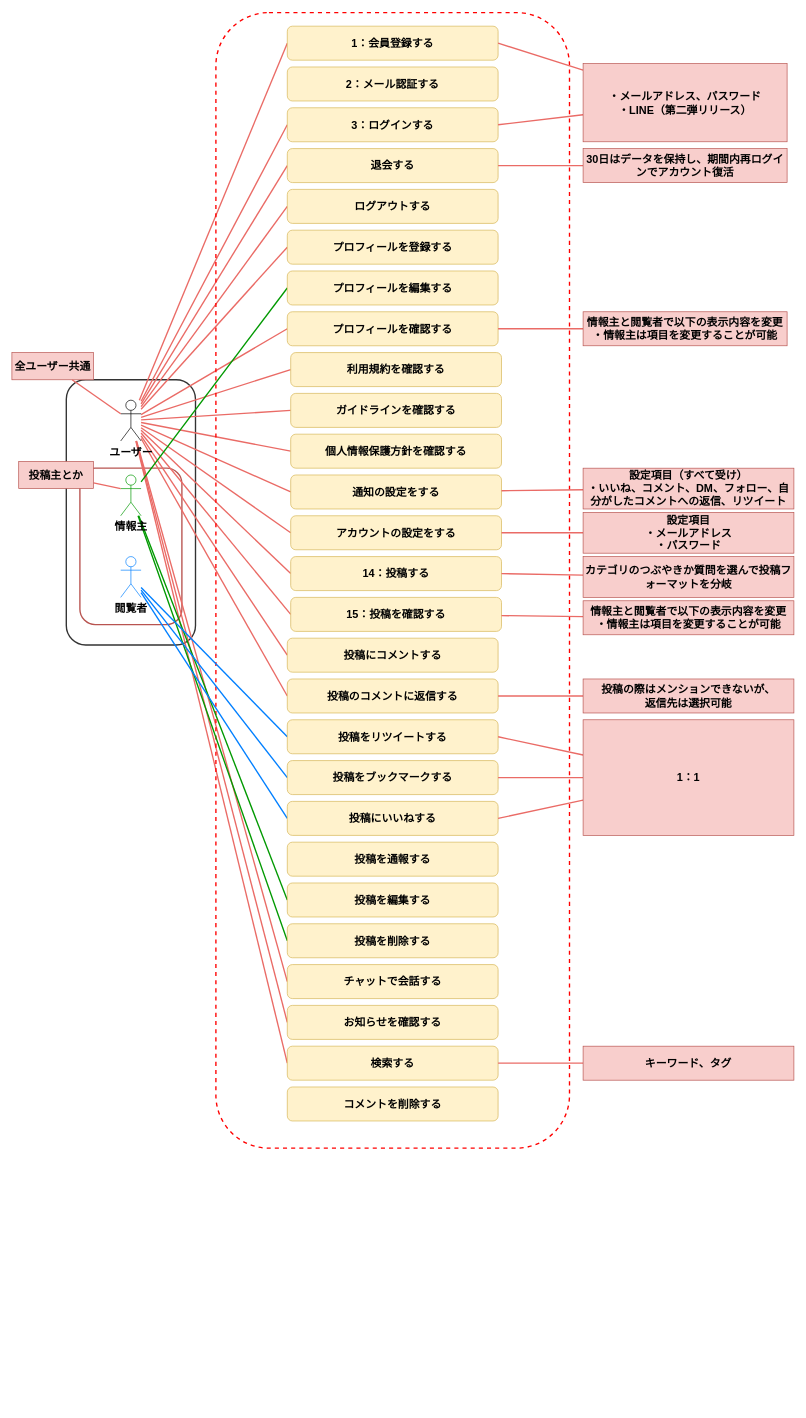
Earlier version of the draw.io diagram page "ユースケース図" (1 of 2) of modeling.drawio (haseryo0403/VenTal). Source tidied: cells renumbered, new cells numbered last; positions are measured from the earlier drawing's top-left corner, leaving out a move shared by most shapes. Both pictures are drawn from the tidied source at 68%, with x=0, y=0 at pixel (12, 12).
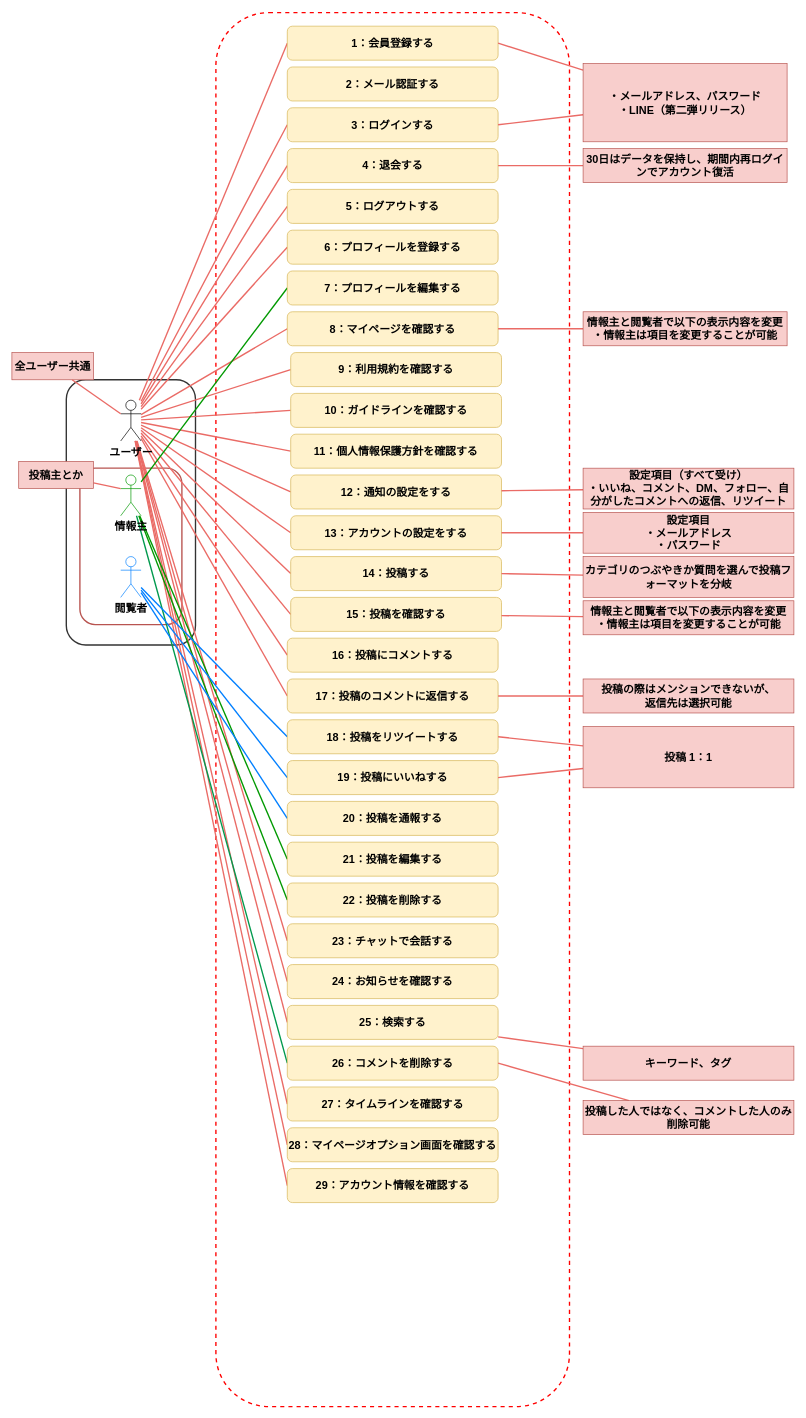
Above is the later version.

The change refers to these unchanged cells:
```xml
<mxCell id="22" value="ユーザー" style="shape=umlActor;verticalLabelPosition=bottom;verticalAlign=top;html=1;outlineConnect=0;fontSize=16;fontStyle=1;" parent="1" vertex="1">
  <mxGeometry x="160" y="570" width="30" height="60" as="geometry" />
</mxCell>
<mxCell id="29" value="情報主" style="shape=umlActor;verticalLabelPosition=bottom;verticalAlign=top;html=1;outlineConnect=0;fontSize=16;fontStyle=1;strokeColor=#009900;" parent="1" vertex="1">
  <mxGeometry x="160" y="680" width="30" height="60" as="geometry" />
</mxCell>
<mxCell id="33" value="閲覧者" style="shape=umlActor;verticalLabelPosition=bottom;verticalAlign=top;html=1;outlineConnect=0;fontSize=16;fontStyle=1;strokeColor=#007FFF;" parent="1" vertex="1">
  <mxGeometry x="160" y="800" width="30" height="60" as="geometry" />
</mxCell>
```

Diff of the diagram source:
```diff
@@
+    <mxCell id="23" style="rounded=1;whiteSpace=wrap;html=1;strokeColor=#FF0000;align=center;verticalAlign=top;fontFamily=Helvetica;fontSize=16;fontColor=default;fontStyle=1;fillColor=none;strokeWidth=2;dashed=1;" parent="1" vertex="1">
+      <mxGeometry x="300" width="520" height="2050" as="geometry" />
+    </mxCell>
@@
+    <mxCell id="87" style="edgeStyle=none;shape=connector;rounded=0;jettySize=auto;html=1;entryX=0;entryY=0.5;entryDx=0;entryDy=0;strokeColor=#EA6B66;strokeWidth=2;align=center;verticalAlign=middle;fontFamily=Helvetica;fontSize=16;fontColor=default;fontStyle=1;labelBackgroundColor=default;endArrow=none;endFill=0;" parent="1" edge="1" source="22" target="94">
+      <mxGeometry relative="1" as="geometry" />
+    </mxCell>
+    <mxCell id="88" style="edgeStyle=none;shape=connector;rounded=0;jettySize=auto;html=1;entryX=0;entryY=0.5;entryDx=0;entryDy=0;strokeColor=#EA6B66;strokeWidth=2;align=center;verticalAlign=middle;fontFamily=Helvetica;fontSize=16;fontColor=default;fontStyle=1;labelBackgroundColor=default;endArrow=none;endFill=0;" parent="1" edge="1" source="22" target="95">
+      <mxGeometry relative="1" as="geometry" />
+    </mxCell>
+    <mxCell id="89" style="edgeStyle=none;shape=connector;rounded=0;jettySize=auto;html=1;entryX=0;entryY=0.5;entryDx=0;entryDy=0;strokeColor=#EA6B66;strokeWidth=2;align=center;verticalAlign=middle;fontFamily=Helvetica;fontSize=16;fontColor=default;fontStyle=1;labelBackgroundColor=default;endArrow=none;endFill=0;" parent="1" edge="1" source="22" target="96">
+      <mxGeometry relative="1" as="geometry" />
+    </mxCell>
@@
-    <mxCell id="23" style="rounded=1;whiteSpace=wrap;html=1;strokeColor=#FF0000;align=center;verticalAlign=top;fontFamily=Helvetica;fontSize=16;fontColor=default;fontStyle=1;fillColor=none;strokeWidth=2;dashed=1;" parent="1" vertex="1">
-      <mxGeometry x="300" width="520" height="1670" as="geometry" />
-    </mxCell>
@@
+    <mxCell id="90" style="rounded=0;jettySize=auto;html=1;entryX=0;entryY=0.5;entryDx=0;entryDy=0;strokeWidth=2;strokeColor=#00994D;endArrow=none;endFill=0;" parent="1" edge="1" source="29" target="86">
+      <mxGeometry relative="1" as="geometry" />
+    </mxCell>
@@
-    <mxCell id="31" style="edgeStyle=none;shape=connector;rounded=0;jettySize=auto;html=1;entryX=0;entryY=0.5;entryDx=0;entryDy=0;strokeColor=#007FFF;strokeWidth=2;align=center;verticalAlign=middle;fontFamily=Helvetica;fontSize=16;fontColor=default;fontStyle=1;labelBackgroundColor=default;endArrow=none;endFill=0;" parent="1" edge="1" source="33" target="56">
-      <mxGeometry relative="1" as="geometry" />
-    </mxCell>
@@
+    <mxCell id="91" style="edgeStyle=none;shape=connector;rounded=0;jettySize=auto;html=1;entryX=0;entryY=0.5;entryDx=0;entryDy=0;strokeColor=#017fff;strokeWidth=2;align=center;verticalAlign=middle;fontFamily=Helvetica;fontSize=16;fontColor=default;fontStyle=1;labelBackgroundColor=default;endArrow=none;endFill=0;" parent="1" edge="1" source="33" target="84">
+      <mxGeometry relative="1" as="geometry" />
+    </mxCell>
@@
-    <mxCell id="38" value="退会する" style="rounded=1;whiteSpace=wrap;html=1;strokeColor=#d6b656;align=center;verticalAlign=middle;fontFamily=Helvetica;fontSize=16;fontStyle=1;fillColor=#fff2cc;" parent="1" vertex="1">
+    <mxCell id="38" value="4：退会する" style="rounded=1;whiteSpace=wrap;html=1;strokeColor=#d6b656;align=center;verticalAlign=middle;fontFamily=Helvetica;fontSize=16;fontStyle=1;fillColor=#fff2cc;" parent="1" vertex="1">
       <mxGeometry x="405" y="200" width="310" height="50" as="geometry" />
     </mxCell>
-    <mxCell id="39" value="ログアウトする" style="rounded=1;whiteSpace=wrap;html=1;strokeColor=#d6b656;align=center;verticalAlign=middle;fontFamily=Helvetica;fontSize=16;fontStyle=1;fillColor=#fff2cc;" parent="1" vertex="1">
+    <mxCell id="39" value="5：ログアウトする" style="rounded=1;whiteSpace=wrap;html=1;strokeColor=#d6b656;align=center;verticalAlign=middle;fontFamily=Helvetica;fontSize=16;fontStyle=1;fillColor=#fff2cc;" parent="1" vertex="1">
       <mxGeometry x="405" y="260" width="310" height="50" as="geometry" />
     </mxCell>
-    <mxCell id="40" value="プロフィールを登録する" style="rounded=1;whiteSpace=wrap;html=1;strokeColor=#d6b656;align=center;verticalAlign=middle;fontFamily=Helvetica;fontSize=16;fontStyle=1;fillColor=#fff2cc;" parent="1" vertex="1">
+    <mxCell id="40" value="6：プロフィールを登録する" style="rounded=1;whiteSpace=wrap;html=1;strokeColor=#d6b656;align=center;verticalAlign=middle;fontFamily=Helvetica;fontSize=16;fontStyle=1;fillColor=#fff2cc;" parent="1" vertex="1">
       <mxGeometry x="405" y="320" width="310" height="50" as="geometry" />
     </mxCell>
-    <mxCell id="41" value="プロフィールを編集する" style="rounded=1;whiteSpace=wrap;html=1;strokeColor=#d6b656;align=center;verticalAlign=middle;fontFamily=Helvetica;fontSize=16;fontStyle=1;fillColor=#fff2cc;" parent="1" vertex="1">
+    <mxCell id="41" value="7：プロフィールを編集する" style="rounded=1;whiteSpace=wrap;html=1;strokeColor=#d6b656;align=center;verticalAlign=middle;fontFamily=Helvetica;fontSize=16;fontStyle=1;fillColor=#fff2cc;" parent="1" vertex="1">
       <mxGeometry x="405" y="380" width="310" height="50" as="geometry" />
     </mxCell>
-    <mxCell id="42" value="プロフィールを確認&lt;span style=&quot;background-color: initial;&quot;&gt;する&lt;/span&gt;" style="rounded=1;whiteSpace=wrap;html=1;strokeColor=#d6b656;align=center;verticalAlign=middle;fontFamily=Helvetica;fontSize=16;fontStyle=1;fillColor=#fff2cc;" parent="1" vertex="1">
+    <mxCell id="42" value="8：マイページを確認&lt;span style=&quot;background-color: initial;&quot;&gt;する&lt;/span&gt;" style="rounded=1;whiteSpace=wrap;html=1;strokeColor=#d6b656;align=center;verticalAlign=middle;fontFamily=Helvetica;fontSize=16;fontStyle=1;fillColor=#fff2cc;" parent="1" vertex="1">
       <mxGeometry x="405" y="440" width="310" height="50" as="geometry" />
     </mxCell>
-    <mxCell id="43" value="利用規約を確認&lt;span style=&quot;background-color: initial;&quot;&gt;する&lt;/span&gt;" style="rounded=1;whiteSpace=wrap;html=1;strokeColor=#d6b656;align=center;verticalAlign=middle;fontFamily=Helvetica;fontSize=16;fontStyle=1;fillColor=#fff2cc;" parent="1" vertex="1">
+    <mxCell id="43" value="9：利用規約を確認&lt;span style=&quot;background-color: initial;&quot;&gt;する&lt;/span&gt;" style="rounded=1;whiteSpace=wrap;html=1;strokeColor=#d6b656;align=center;verticalAlign=middle;fontFamily=Helvetica;fontSize=16;fontStyle=1;fillColor=#fff2cc;" parent="1" vertex="1">
       <mxGeometry x="410" y="500" width="310" height="50" as="geometry" />
     </mxCell>
-    <mxCell id="44" value="投稿にコメントする" style="rounded=1;whiteSpace=wrap;html=1;strokeColor=#d6b656;align=center;verticalAlign=middle;fontFamily=Helvetica;fontSize=16;fontStyle=1;fillColor=#fff2cc;" parent="1" vertex="1">
+    <mxCell id="44" value="16：投稿にコメントする" style="rounded=1;whiteSpace=wrap;html=1;strokeColor=#d6b656;align=center;verticalAlign=middle;fontFamily=Helvetica;fontSize=16;fontStyle=1;fillColor=#fff2cc;" parent="1" vertex="1">
       <mxGeometry x="405" y="920" width="310" height="50" as="geometry" />
     </mxCell>
@@
-    <mxCell id="47" value="アカウントの設定をする" style="rounded=1;whiteSpace=wrap;html=1;strokeColor=#d6b656;align=center;verticalAlign=middle;fontFamily=Helvetica;fontSize=16;fontStyle=1;fillColor=#fff2cc;" parent="1" vertex="1">
+    <mxCell id="47" value="13：アカウントの設定をする" style="rounded=1;whiteSpace=wrap;html=1;strokeColor=#d6b656;align=center;verticalAlign=middle;fontFamily=Helvetica;fontSize=16;fontStyle=1;fillColor=#fff2cc;" parent="1" vertex="1">
       <mxGeometry x="410" y="740" width="310" height="50" as="geometry" />
     </mxCell>
-    <mxCell id="48" value="通知の設定をする" style="rounded=1;whiteSpace=wrap;html=1;strokeColor=#d6b656;align=center;verticalAlign=middle;fontFamily=Helvetica;fontSize=16;fontStyle=1;fillColor=#fff2cc;" parent="1" vertex="1">
+    <mxCell id="48" value="12：通知の設定をする" style="rounded=1;whiteSpace=wrap;html=1;strokeColor=#d6b656;align=center;verticalAlign=middle;fontFamily=Helvetica;fontSize=16;fontStyle=1;fillColor=#fff2cc;" parent="1" vertex="1">
       <mxGeometry x="410" y="680" width="310" height="50" as="geometry" />
     </mxCell>
-    <mxCell id="49" value="個人情報保護方針を確認する" style="rounded=1;whiteSpace=wrap;html=1;strokeColor=#d6b656;align=center;verticalAlign=middle;fontFamily=Helvetica;fontSize=16;fontStyle=1;fillColor=#fff2cc;" parent="1" vertex="1">
+    <mxCell id="49" value="11：個人情報保護方針を確認する" style="rounded=1;whiteSpace=wrap;html=1;strokeColor=#d6b656;align=center;verticalAlign=middle;fontFamily=Helvetica;fontSize=16;fontStyle=1;fillColor=#fff2cc;" parent="1" vertex="1">
       <mxGeometry x="410" y="620" width="310" height="50" as="geometry" />
     </mxCell>
-    <mxCell id="50" value="ガイドラインを確認する" style="rounded=1;whiteSpace=wrap;html=1;strokeColor=#d6b656;align=center;verticalAlign=middle;fontFamily=Helvetica;fontSize=16;fontStyle=1;fillColor=#fff2cc;" parent="1" vertex="1">
+    <mxCell id="50" value="10：ガイドラインを確認する" style="rounded=1;whiteSpace=wrap;html=1;strokeColor=#d6b656;align=center;verticalAlign=middle;fontFamily=Helvetica;fontSize=16;fontStyle=1;fillColor=#fff2cc;" parent="1" vertex="1">
       <mxGeometry x="410" y="560" width="310" height="50" as="geometry" />
     </mxCell>
-    <mxCell id="51" value="お知らせを確認する" style="rounded=1;whiteSpace=wrap;html=1;strokeColor=#d6b656;align=center;verticalAlign=middle;fontFamily=Helvetica;fontSize=16;fontStyle=1;fillColor=#fff2cc;" parent="1" vertex="1">
-      <mxGeometry x="405" y="1460" width="310" height="50" as="geometry" />
+    <mxCell id="51" value="24：お知らせを確認する" style="rounded=1;whiteSpace=wrap;html=1;strokeColor=#d6b656;align=center;verticalAlign=middle;fontFamily=Helvetica;fontSize=16;fontStyle=1;fillColor=#fff2cc;" parent="1" vertex="1">
+      <mxGeometry x="405" y="1400" width="310" height="50" as="geometry" />
     </mxCell>
-    <mxCell id="52" value="チャットで会話する" style="rounded=1;whiteSpace=wrap;html=1;strokeColor=#d6b656;align=center;verticalAlign=middle;fontFamily=Helvetica;fontSize=16;fontStyle=1;fillColor=#fff2cc;" parent="1" vertex="1">
-      <mxGeometry x="405" y="1400" width="310" height="50" as="geometry" />
+    <mxCell id="52" value="23：チャットで会話する" style="rounded=1;whiteSpace=wrap;html=1;strokeColor=#d6b656;align=center;verticalAlign=middle;fontFamily=Helvetica;fontSize=16;fontStyle=1;fillColor=#fff2cc;" parent="1" vertex="1">
+      <mxGeometry x="405" y="1340" width="310" height="50" as="geometry" />
     </mxCell>
-    <mxCell id="53" value="投稿を削除する" style="rounded=1;whiteSpace=wrap;html=1;strokeColor=#d6b656;align=center;verticalAlign=middle;fontFamily=Helvetica;fontSize=16;fontStyle=1;fillColor=#fff2cc;" parent="1" vertex="1">
-      <mxGeometry x="405" y="1340" width="310" height="50" as="geometry" />
+    <mxCell id="53" value="22：投稿を削除する" style="rounded=1;whiteSpace=wrap;html=1;strokeColor=#d6b656;align=center;verticalAlign=middle;fontFamily=Helvetica;fontSize=16;fontStyle=1;fillColor=#fff2cc;" parent="1" vertex="1">
+      <mxGeometry x="405" y="1280" width="310" height="50" as="geometry" />
     </mxCell>
-    <mxCell id="54" value="投稿を編集する" style="rounded=1;whiteSpace=wrap;html=1;strokeColor=#d6b656;align=center;verticalAlign=middle;fontFamily=Helvetica;fontSize=16;fontStyle=1;fillColor=#fff2cc;" parent="1" vertex="1">
-      <mxGeometry x="405" y="1280" width="310" height="50" as="geometry" />
+    <mxCell id="54" value="21：投稿を編集する" style="rounded=1;whiteSpace=wrap;html=1;strokeColor=#d6b656;align=center;verticalAlign=middle;fontFamily=Helvetica;fontSize=16;fontStyle=1;fillColor=#fff2cc;" parent="1" vertex="1">
+      <mxGeometry x="405" y="1220" width="310" height="50" as="geometry" />
     </mxCell>
-    <mxCell id="55" value="投稿にいいねする" style="rounded=1;whiteSpace=wrap;html=1;strokeColor=#d6b656;align=center;verticalAlign=middle;fontFamily=Helvetica;fontSize=16;fontStyle=1;fillColor=#fff2cc;" parent="1" vertex="1">
-      <mxGeometry x="405" y="1160" width="310" height="50" as="geometry" />
+    <mxCell id="55" value="19：投稿にいいねする" style="rounded=1;whiteSpace=wrap;html=1;strokeColor=#d6b656;align=center;verticalAlign=middle;fontFamily=Helvetica;fontSize=16;fontStyle=1;fillColor=#fff2cc;" parent="1" vertex="1">
+      <mxGeometry x="405" y="1100" width="310" height="50" as="geometry" />
     </mxCell>
-    <mxCell id="56" value="投稿をブックマークする" style="rounded=1;whiteSpace=wrap;html=1;strokeColor=#d6b656;align=center;verticalAlign=middle;fontFamily=Helvetica;fontSize=16;fontStyle=1;fillColor=#fff2cc;" parent="1" vertex="1">
-      <mxGeometry x="405" y="1100" width="310" height="50" as="geometry" />
-    </mxCell>
-    <mxCell id="57" value="投稿をリツイートする" style="rounded=1;whiteSpace=wrap;html=1;strokeColor=#d6b656;align=center;verticalAlign=middle;fontFamily=Helvetica;fontSize=16;fontStyle=1;fillColor=#fff2cc;" parent="1" vertex="1">
+    <mxCell id="57" value="18：投稿をリツイートする" style="rounded=1;whiteSpace=wrap;html=1;strokeColor=#d6b656;align=center;verticalAlign=middle;fontFamily=Helvetica;fontSize=16;fontStyle=1;fillColor=#fff2cc;" parent="1" vertex="1">
       <mxGeometry x="405" y="1040" width="310" height="50" as="geometry" />
     </mxCell>
-    <mxCell id="58" value="検索する" style="rounded=1;whiteSpace=wrap;html=1;strokeColor=#d6b656;align=center;verticalAlign=middle;fontFamily=Helvetica;fontSize=16;fontStyle=1;fillColor=#fff2cc;" parent="1" vertex="1">
-      <mxGeometry x="405" y="1520" width="310" height="50" as="geometry" />
+    <mxCell id="58" value="25：検索する" style="rounded=1;whiteSpace=wrap;html=1;strokeColor=#d6b656;align=center;verticalAlign=middle;fontFamily=Helvetica;fontSize=16;fontStyle=1;fillColor=#fff2cc;" parent="1" vertex="1">
+      <mxGeometry x="405" y="1460" width="310" height="50" as="geometry" />
     </mxCell>
@@
-    <mxCell id="68" value="投稿のコメントに返信する" style="rounded=1;whiteSpace=wrap;html=1;strokeColor=#d6b656;align=center;verticalAlign=middle;fontFamily=Helvetica;fontSize=16;fontStyle=1;fillColor=#fff2cc;" parent="1" vertex="1">
+    <mxCell id="68" value="17：投稿のコメントに返信する" style="rounded=1;whiteSpace=wrap;html=1;strokeColor=#d6b656;align=center;verticalAlign=middle;fontFamily=Helvetica;fontSize=16;fontStyle=1;fillColor=#fff2cc;" parent="1" vertex="1">
       <mxGeometry x="405" y="980" width="310" height="50" as="geometry" />
     </mxCell>
@@
-    <mxCell id="81" style="edgeStyle=none;shape=connector;rounded=0;jettySize=auto;html=1;entryX=1;entryY=0.5;entryDx=0;entryDy=0;strokeColor=#EA6B66;strokeWidth=2;align=center;verticalAlign=middle;fontFamily=Helvetica;fontSize=16;fontColor=default;fontStyle=1;labelBackgroundColor=default;endArrow=none;endFill=0;" parent="1" edge="1" source="83" target="56">
-      <mxGeometry relative="1" as="geometry" />
-    </mxCell>
@@
-    <mxCell id="83" value="1：1" style="rounded=0;whiteSpace=wrap;html=1;strokeColor=#b85450;align=center;verticalAlign=middle;fontFamily=Helvetica;fontSize=16;fontColor=default;fontStyle=1;labelBackgroundColor=none;fillColor=#f8cecc;" parent="1" vertex="1">
-      <mxGeometry x="840" y="1040" width="310" height="170" as="geometry" />
+    <mxCell id="83" value="投稿 1：1" style="rounded=0;whiteSpace=wrap;html=1;strokeColor=#b85450;align=center;verticalAlign=middle;fontFamily=Helvetica;fontSize=16;fontColor=default;fontStyle=1;labelBackgroundColor=none;fillColor=#f8cecc;" parent="1" vertex="1">
+      <mxGeometry x="840" y="1050" width="310" height="90" as="geometry" />
     </mxCell>
-    <mxCell id="84" value="投稿を通報する" style="rounded=1;whiteSpace=wrap;html=1;strokeColor=#d6b656;align=center;verticalAlign=middle;fontFamily=Helvetica;fontSize=16;fontStyle=1;fillColor=#fff2cc;" parent="1" vertex="1">
-      <mxGeometry x="405" y="1220" width="310" height="50" as="geometry" />
+    <mxCell id="84" value="20：投稿を通報する" style="rounded=1;whiteSpace=wrap;html=1;strokeColor=#d6b656;align=center;verticalAlign=middle;fontFamily=Helvetica;fontSize=16;fontStyle=1;fillColor=#fff2cc;" parent="1" vertex="1">
+      <mxGeometry x="405" y="1160" width="310" height="50" as="geometry" />
     </mxCell>
@@
-    <mxCell id="86" value="コメントを削除する" style="rounded=1;whiteSpace=wrap;html=1;strokeColor=#d6b656;align=center;verticalAlign=middle;fontFamily=Helvetica;fontSize=16;fontStyle=1;fillColor=#fff2cc;" parent="1" vertex="1">
-      <mxGeometry x="405" y="1580" width="310" height="50" as="geometry" />
+    <mxCell id="86" value="26：コメントを削除する" style="rounded=1;whiteSpace=wrap;html=1;strokeColor=#d6b656;align=center;verticalAlign=middle;fontFamily=Helvetica;fontSize=16;fontStyle=1;fillColor=#fff2cc;" parent="1" vertex="1">
+      <mxGeometry x="405" y="1520" width="310" height="50" as="geometry" />
     </mxCell>
+    <mxCell id="92" style="edgeStyle=none;shape=connector;rounded=0;jettySize=auto;html=1;entryX=1;entryY=0.5;entryDx=0;entryDy=0;strokeColor=#EA6B66;strokeWidth=2;align=center;verticalAlign=middle;fontFamily=Helvetica;fontSize=16;fontColor=default;fontStyle=1;labelBackgroundColor=default;endArrow=none;endFill=0;" parent="1" edge="1" source="93" target="86">
+      <mxGeometry relative="1" as="geometry" />
+    </mxCell>
+    <mxCell id="93" value="投稿した人ではなく、コメントした人のみ削除可能" style="rounded=0;whiteSpace=wrap;html=1;strokeColor=#b85450;align=center;verticalAlign=middle;fontFamily=Helvetica;fontSize=16;fontColor=default;fontStyle=1;labelBackgroundColor=none;fillColor=#f8cecc;" parent="1" vertex="1">
+      <mxGeometry x="840" y="1600" width="310" height="50" as="geometry" />
+    </mxCell>
+    <mxCell id="94" value="27&lt;span style=&quot;background-color: initial;&quot;&gt;：タイムラインを確認する&lt;/span&gt;" style="rounded=1;whiteSpace=wrap;html=1;strokeColor=#d6b656;align=center;verticalAlign=middle;fontFamily=Helvetica;fontSize=16;fontStyle=1;fillColor=#fff2cc;" parent="1" vertex="1">
+      <mxGeometry x="405" y="1580" width="310" height="50" as="geometry" />
+    </mxCell>
+    <mxCell id="95" value="28&lt;span style=&quot;background-color: initial;&quot;&gt;：マイページオプション画面を確認する&lt;/span&gt;" style="rounded=1;whiteSpace=wrap;html=1;strokeColor=#d6b656;align=center;verticalAlign=middle;fontFamily=Helvetica;fontSize=16;fontStyle=1;fillColor=#fff2cc;" parent="1" vertex="1">
+      <mxGeometry x="405" y="1640" width="310" height="50" as="geometry" />
+    </mxCell>
+    <mxCell id="96" value="29&lt;span style=&quot;background-color: initial;&quot;&gt;：アカウント情報を確認する&lt;/span&gt;" style="rounded=1;whiteSpace=wrap;html=1;strokeColor=#d6b656;align=center;verticalAlign=middle;fontFamily=Helvetica;fontSize=16;fontStyle=1;fillColor=#fff2cc;" parent="1" vertex="1">
+      <mxGeometry x="405" y="1700" width="310" height="50" as="geometry" />
+    </mxCell>
```
